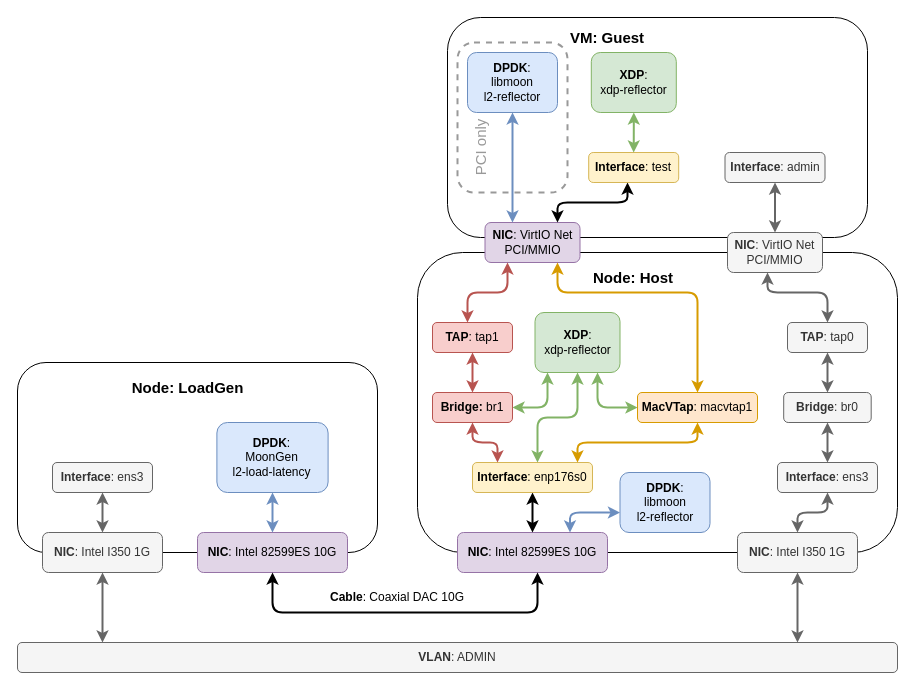
Before: testsystem.drawio in vmuxIO/diagrams, a draw.io diagram. Source tidied: cells renumbered, new cells numbered last; positions are measured from the earlier drawing's top-left corner, leaving out a move shared by most shapes. Both pictures are drawn from the tidied source at 100%, with x=0, y=0 at pixel (17, 17).
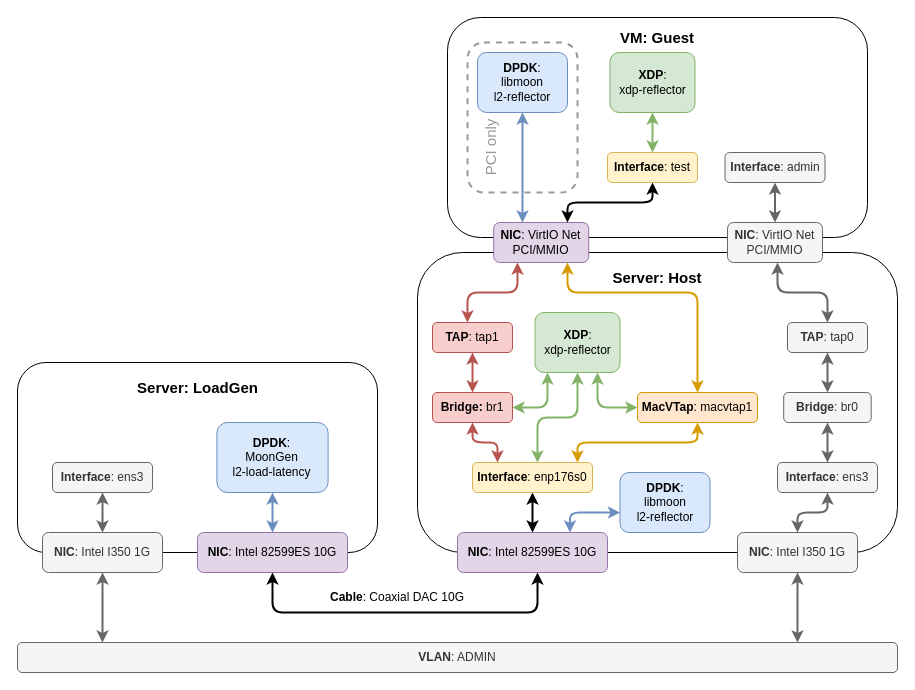
The same diagram, later.

The change refers to these unchanged cells:
```xml
<mxCell id="40" value="&lt;b&gt;MacVTap&lt;/b&gt;: macvtap1" style="rounded=1;whiteSpace=wrap;html=1;fillColor=#ffe6cc;strokeColor=#d79b00;" parent="1" vertex="1">
  <mxGeometry x="620" y="375" width="120" height="30" as="geometry" />
</mxCell>
<mxCell id="46" value="&lt;b&gt;TAP&lt;/b&gt;: tap1" style="rounded=1;whiteSpace=wrap;html=1;fillColor=#f8cecc;strokeColor=#b85450;" parent="1" vertex="1">
  <mxGeometry x="415" y="305" width="80" height="30" as="geometry" />
</mxCell>
<mxCell id="49" value="&lt;b&gt;TAP&lt;/b&gt;: tap0" style="rounded=1;whiteSpace=wrap;html=1;fillColor=#f5f5f5;strokeColor=#666666;fontColor=#333333;" parent="1" vertex="1">
  <mxGeometry x="770" y="305" width="80" height="30" as="geometry" />
</mxCell>
```

The edit, as a diff of the source:
```diff
@@
     <mxCell id="3" value="VM: Guest" style="text;html=1;strokeColor=none;fillColor=none;align=center;verticalAlign=middle;whiteSpace=wrap;rounded=0;fontStyle=1;fontSize=15;" parent="1" vertex="1">
-      <mxGeometry x="420" y="5" width="340" height="30" as="geometry" />
+      <mxGeometry x="430" y="5" width="420" height="30" as="geometry" />
     </mxCell>
@@
-    <mxCell id="5" value="Node: LoadGen" style="text;html=1;strokeColor=none;fillColor=none;align=center;verticalAlign=middle;whiteSpace=wrap;rounded=0;fontStyle=1;fontSize=15;" parent="1" vertex="1">
-      <mxGeometry x="7.5" y="355" width="325" height="30" as="geometry" />
+    <mxCell id="5" value="Server: LoadGen" style="text;html=1;strokeColor=none;fillColor=none;align=center;verticalAlign=middle;whiteSpace=wrap;rounded=0;fontStyle=1;fontSize=15;" parent="1" vertex="1">
+      <mxGeometry x="17.5" y="355" width="325" height="30" as="geometry" />
     </mxCell>
@@
-    <mxCell id="7" value="Node: Host" style="text;html=1;strokeColor=none;fillColor=none;align=center;verticalAlign=middle;whiteSpace=wrap;rounded=0;fontStyle=1;fontSize=15;" parent="1" vertex="1">
-      <mxGeometry x="446.2" y="245" width="340" height="30" as="geometry" />
+    <mxCell id="7" value="Server: Host" style="text;html=1;strokeColor=none;fillColor=none;align=center;verticalAlign=middle;whiteSpace=wrap;rounded=0;fontStyle=1;fontSize=15;" parent="1" vertex="1">
+      <mxGeometry x="470" y="245" width="340" height="30" as="geometry" />
     </mxCell>
@@
     <mxCell id="28" value="&lt;b&gt;NIC&lt;/b&gt;: VirtIO Net PCI/MMIO" style="rounded=1;whiteSpace=wrap;html=1;fillColor=#e1d5e7;strokeColor=#9673a6;" parent="1" vertex="1">
-      <mxGeometry x="467.5" y="205" width="95" height="40" as="geometry" />
+      <mxGeometry x="476.2" y="205" width="95" height="40" as="geometry" />
     </mxCell>
     <mxCell id="29" value="&lt;b&gt;NIC&lt;/b&gt;: VirtIO Net PCI/MMIO" style="rounded=1;whiteSpace=wrap;html=1;fillColor=#f5f5f5;strokeColor=#666666;fontColor=#333333;" parent="1" vertex="1">
-      <mxGeometry x="710" y="215" width="95" height="40" as="geometry" />
+      <mxGeometry x="710" y="205" width="95" height="40" as="geometry" />
     </mxCell>
@@
     <mxCell id="32" style="edgeStyle=orthogonalEdgeStyle;rounded=1;jettySize=auto;html=1;fontSize=15;startArrow=classic;startFill=1;strokeWidth=2;" parent="1" edge="1" source="33" target="28">
       <mxGeometry relative="1" as="geometry">
         <Array as="points">
-          <mxPoint x="610" y="185" />
-          <mxPoint x="540" y="185" />
+          <mxPoint x="635" y="185" />
+          <mxPoint x="550" y="185" />
         </Array>
       </mxGeometry>
     </mxCell>
     <mxCell id="33" value="&lt;b&gt;Interface&lt;/b&gt;: test" style="rounded=1;whiteSpace=wrap;html=1;fillColor=#fff2cc;strokeColor=#d6b656;" parent="1" vertex="1">
-      <mxGeometry x="571.2" y="135" width="90" height="30" as="geometry" />
+      <mxGeometry x="590" y="135" width="90" height="30" as="geometry" />
     </mxCell>
     <mxCell id="34" style="edgeStyle=orthogonalEdgeStyle;rounded=1;jettySize=auto;html=1;fontSize=15;startArrow=classic;startFill=1;strokeWidth=2;fillColor=#dae8fc;strokeColor=#6c8ebf;" parent="1" edge="1" source="38">
       <mxGeometry relative="1" as="geometry">
-        <mxPoint x="495" y="205" as="targetPoint" />
+        <mxPoint x="505" y="205" as="targetPoint" />
         <Array as="points">
-          <mxPoint x="495" y="205" />
+          <mxPoint x="505" y="205" />
         </Array>
       </mxGeometry>
     </mxCell>
@@
     <mxCell id="36" value="&lt;div&gt;&lt;b&gt;XDP&lt;/b&gt;: &lt;b&gt;&lt;br&gt;&lt;/b&gt;&lt;/div&gt;&lt;div&gt;xdp-reflector&lt;br&gt;&lt;/div&gt;" style="rounded=1;whiteSpace=wrap;html=1;fillColor=#d5e8d4;strokeColor=#82b366;" parent="1" vertex="1">
-      <mxGeometry x="573.8" y="35" width="85" height="60" as="geometry" />
+      <mxGeometry x="592.5" y="35" width="85" height="60" as="geometry" />
     </mxCell>
     <mxCell id="37" style="rounded=1;whiteSpace=wrap;html=1;fontSize=15;fillColor=none;dashed=1;strokeWidth=2;strokeColor=#999999;" parent="1" vertex="1">
-      <mxGeometry x="440" y="25" width="110" height="150" as="geometry" />
+      <mxGeometry x="450" y="25" width="110" height="150" as="geometry" />
     </mxCell>
     <mxCell id="38" value="&lt;div&gt;&lt;b&gt;DPDK&lt;/b&gt;: &lt;b&gt;&lt;br&gt;&lt;/b&gt;&lt;/div&gt;&lt;div&gt;libmoon&lt;br&gt;&lt;/div&gt;&lt;div&gt;l2-reflector&lt;br&gt;&lt;/div&gt;" style="rounded=1;whiteSpace=wrap;html=1;fillColor=#dae8fc;strokeColor=#6c8ebf;" parent="1" vertex="1">
-      <mxGeometry x="450" y="35" width="90" height="60" as="geometry" />
+      <mxGeometry x="460" y="35" width="90" height="60" as="geometry" />
     </mxCell>
     <mxCell id="39" value="&lt;font color=&quot;#999999&quot;&gt;PCI only&lt;/font&gt;" style="text;html=1;strokeColor=none;fillColor=none;align=center;verticalAlign=middle;whiteSpace=wrap;rounded=0;dashed=1;fontSize=15;rotation=-90;" parent="1" vertex="1">
-      <mxGeometry x="430" y="115" width="65" height="30" as="geometry" />
+      <mxGeometry x="440" y="115" width="65" height="30" as="geometry" />
     </mxCell>
@@
     <mxCell id="41" style="edgeStyle=orthogonalEdgeStyle;rounded=1;jettySize=auto;html=1;fontSize=15;startArrow=classic;startFill=1;strokeWidth=2;fillColor=#ffe6cc;strokeColor=#d79b00;" parent="1" edge="1" source="28" target="40">
       <mxGeometry relative="1" as="geometry">
         <Array as="points">
-          <mxPoint x="540" y="275" />
+          <mxPoint x="550" y="275" />
           <mxPoint x="680" y="275" />
         </Array>
       </mxGeometry>
     </mxCell>
@@
     <mxCell id="45" style="edgeStyle=orthogonalEdgeStyle;rounded=1;jettySize=auto;html=1;fontSize=15;fontColor=#999999;startArrow=classic;startFill=1;strokeWidth=2;fillColor=#f8cecc;strokeColor=#b85450;" parent="1" edge="1" source="46">
       <mxGeometry relative="1" as="geometry">
-        <mxPoint x="490" y="245" as="targetPoint" />
+        <mxPoint x="500" y="245" as="targetPoint" />
         <Array as="points">
           <mxPoint x="450" y="275" />
-          <mxPoint x="490" y="275" />
-          <mxPoint x="490" y="245" />
+          <mxPoint x="500" y="275" />
+          <mxPoint x="500" y="245" />
         </Array>
       </mxGeometry>
     </mxCell>
@@
     <mxCell id="48" style="edgeStyle=orthogonalEdgeStyle;rounded=1;jettySize=auto;html=1;fontSize=15;fontColor=#999999;startArrow=classic;startFill=1;strokeWidth=2;fillColor=#f5f5f5;strokeColor=#666666;" parent="1" edge="1" source="49" target="29">
       <mxGeometry relative="1" as="geometry">
         <Array as="points">
           <mxPoint x="810" y="275" />
-          <mxPoint x="750" y="275" />
+          <mxPoint x="760" y="275" />
         </Array>
       </mxGeometry>
     </mxCell>
```
